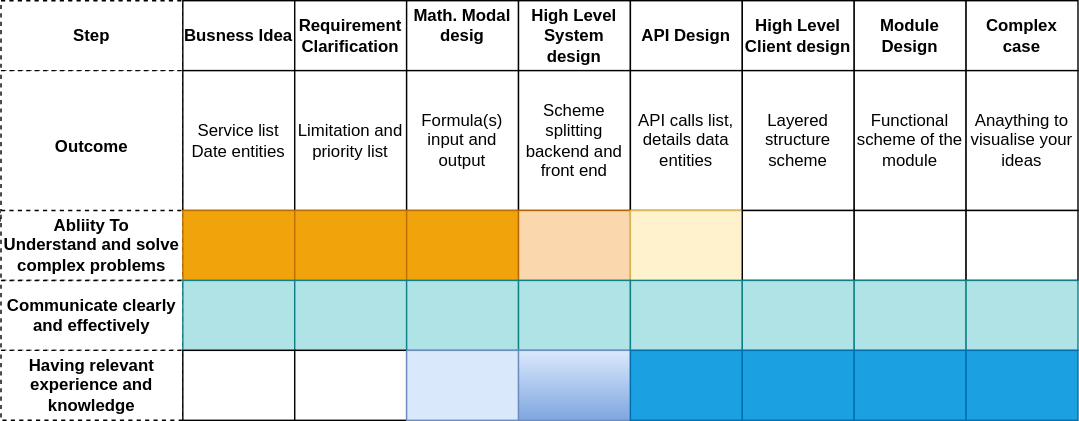
Before: systemDesign/graphs/DesignValueTable.drawio.svg, a diagram exported from draw.io (fangzhzh/leetcode). Source tidied: cells renumbered, new cells last; positions are measured from the earlier drawing's top-left corner, leaving out a move shared by most shapes. Source of this version:
```xml
<mxGraphModel>
  <root>
    <mxCell id="0" />
    <mxCell id="1" parent="0" />
    <mxCell id="2" value="Step" style="rounded=0;whiteSpace=wrap;html=1;dashed=1;fontStyle=1;fontSize=12;" parent="1" vertex="1">
      <mxGeometry width="130" height="50" as="geometry" />
    </mxCell>
    <mxCell id="3" value="Busness Idea" style="rounded=0;whiteSpace=wrap;html=1;fontStyle=1;" parent="1" vertex="1">
      <mxGeometry x="130" width="80" height="50" as="geometry" />
    </mxCell>
    <mxCell id="4" value="Requirement&amp;nbsp;&lt;br&gt;Clarification" style="rounded=0;whiteSpace=wrap;html=1;fontStyle=1;" parent="1" vertex="1">
      <mxGeometry x="210" width="80" height="50" as="geometry" />
    </mxCell>
    <mxCell id="5" value="Math. Modal&lt;br&gt;desig&lt;span style=&quot;white-space: pre&quot;&gt;&#9;&lt;/span&gt;" style="rounded=0;whiteSpace=wrap;html=1;fontStyle=1;" parent="1" vertex="1">
      <mxGeometry x="290" width="80" height="50" as="geometry" />
    </mxCell>
    <mxCell id="6" value="High Level&lt;br&gt;System design" style="rounded=0;whiteSpace=wrap;html=1;fontStyle=1;" parent="1" vertex="1">
      <mxGeometry x="370" width="80" height="50" as="geometry" />
    </mxCell>
    <mxCell id="7" value="API Design" style="rounded=0;whiteSpace=wrap;html=1;fontStyle=1;" parent="1" vertex="1">
      <mxGeometry x="450" width="80" height="50" as="geometry" />
    </mxCell>
    <mxCell id="8" value="High Level&lt;br&gt;Client design" style="rounded=0;whiteSpace=wrap;html=1;fontStyle=1;" parent="1" vertex="1">
      <mxGeometry x="530" width="80" height="50" as="geometry" />
    </mxCell>
    <mxCell id="9" value="Module Design" style="rounded=0;whiteSpace=wrap;html=1;fontStyle=1;" parent="1" vertex="1">
      <mxGeometry x="610" width="80" height="50" as="geometry" />
    </mxCell>
    <mxCell id="10" value="Complex case" style="rounded=0;whiteSpace=wrap;html=1;fontStyle=1;" parent="1" vertex="1">
      <mxGeometry x="690" width="80" height="50" as="geometry" />
    </mxCell>
    <mxCell id="11" value="Outcome" style="rounded=0;whiteSpace=wrap;html=1;dashed=1;fontStyle=1;fontSize=12;" parent="1" vertex="1">
      <mxGeometry y="50" width="130" height="110" as="geometry" />
    </mxCell>
    <mxCell id="12" value="Service list&lt;br&gt;Date entities" style="rounded=0;whiteSpace=wrap;html=1;" parent="1" vertex="1">
      <mxGeometry x="130" y="50" width="80" height="100" as="geometry" />
    </mxCell>
    <mxCell id="13" value="Limitation and priority list" style="rounded=0;whiteSpace=wrap;html=1;" parent="1" vertex="1">
      <mxGeometry x="210" y="50" width="80" height="100" as="geometry" />
    </mxCell>
    <mxCell id="14" value="Formula(s)&lt;br&gt;input and output" style="rounded=0;whiteSpace=wrap;html=1;" parent="1" vertex="1">
      <mxGeometry x="290" y="50" width="80" height="100" as="geometry" />
    </mxCell>
    <mxCell id="15" value="Scheme&lt;br&gt;splitting backend and front end" style="rounded=0;whiteSpace=wrap;html=1;" parent="1" vertex="1">
      <mxGeometry x="370" y="50" width="80" height="100" as="geometry" />
    </mxCell>
    <mxCell id="16" value="API calls list, details data entities" style="rounded=0;whiteSpace=wrap;html=1;" parent="1" vertex="1">
      <mxGeometry x="450" y="50" width="80" height="100" as="geometry" />
    </mxCell>
    <mxCell id="17" value="Layered structure scheme" style="rounded=0;whiteSpace=wrap;html=1;" parent="1" vertex="1">
      <mxGeometry x="530" y="50" width="80" height="100" as="geometry" />
    </mxCell>
    <mxCell id="18" value="Functional scheme of the module" style="rounded=0;whiteSpace=wrap;html=1;" parent="1" vertex="1">
      <mxGeometry x="610" y="50" width="80" height="100" as="geometry" />
    </mxCell>
    <mxCell id="19" value="Anaything to visualise your ideas" style="rounded=0;whiteSpace=wrap;html=1;" parent="1" vertex="1">
      <mxGeometry x="690" y="50" width="80" height="100" as="geometry" />
    </mxCell>
    <mxCell id="20" value="Abliity To&amp;nbsp;&lt;br style=&quot;font-size: 12px;&quot;&gt;Understand and solve complex problems" style="rounded=0;whiteSpace=wrap;html=1;dashed=1;fontStyle=1;fontSize=12;" parent="1" vertex="1">
      <mxGeometry y="150" width="130" height="50" as="geometry" />
    </mxCell>
    <mxCell id="21" style="rounded=0;whiteSpace=wrap;html=1;fillColor=#f0a30a;strokeColor=#BD7000;fontColor=#000000;" parent="1" vertex="1">
      <mxGeometry x="130" y="150" width="80" height="50" as="geometry" />
    </mxCell>
    <mxCell id="22" style="rounded=0;whiteSpace=wrap;html=1;fillColor=#f0a30a;strokeColor=#BD7000;fontColor=#000000;" parent="1" vertex="1">
      <mxGeometry x="210" y="150" width="80" height="50" as="geometry" />
    </mxCell>
    <mxCell id="23" style="rounded=0;whiteSpace=wrap;html=1;fillColor=#f0a30a;strokeColor=#BD7000;fontColor=#000000;" parent="1" vertex="1">
      <mxGeometry x="290" y="150" width="80" height="50" as="geometry" />
    </mxCell>
    <mxCell id="24" style="rounded=0;whiteSpace=wrap;html=1;fillColor=#fad7ac;strokeColor=#b46504;" parent="1" vertex="1">
      <mxGeometry x="370" y="150" width="80" height="50" as="geometry" />
    </mxCell>
    <mxCell id="25" style="rounded=0;whiteSpace=wrap;html=1;fillColor=#fff2cc;strokeColor=#d6b656;" parent="1" vertex="1">
      <mxGeometry x="450" y="150" width="80" height="50" as="geometry" />
    </mxCell>
    <mxCell id="26" style="rounded=0;whiteSpace=wrap;html=1;" parent="1" vertex="1">
      <mxGeometry x="530" y="150" width="80" height="50" as="geometry" />
    </mxCell>
    <mxCell id="27" style="rounded=0;whiteSpace=wrap;html=1;" parent="1" vertex="1">
      <mxGeometry x="610" y="150" width="80" height="50" as="geometry" />
    </mxCell>
    <mxCell id="28" style="rounded=0;whiteSpace=wrap;html=1;" parent="1" vertex="1">
      <mxGeometry x="690" y="150" width="80" height="50" as="geometry" />
    </mxCell>
    <mxCell id="29" value="Communicate clearly and effectively" style="rounded=0;whiteSpace=wrap;html=1;dashed=1;fontStyle=1;fontSize=12;" parent="1" vertex="1">
      <mxGeometry y="200" width="130" height="50" as="geometry" />
    </mxCell>
    <mxCell id="30" style="rounded=0;whiteSpace=wrap;html=1;fillColor=#b0e3e6;strokeColor=#0e8088;" parent="1" vertex="1">
      <mxGeometry x="130" y="200" width="80" height="50" as="geometry" />
    </mxCell>
    <mxCell id="31" style="rounded=0;whiteSpace=wrap;html=1;fillColor=#b0e3e6;strokeColor=#0e8088;" parent="1" vertex="1">
      <mxGeometry x="210" y="200" width="80" height="50" as="geometry" />
    </mxCell>
    <mxCell id="32" style="rounded=0;whiteSpace=wrap;html=1;fillColor=#b0e3e6;strokeColor=#0e8088;" parent="1" vertex="1">
      <mxGeometry x="290" y="200" width="80" height="50" as="geometry" />
    </mxCell>
    <mxCell id="33" style="rounded=0;whiteSpace=wrap;html=1;fillColor=#b0e3e6;strokeColor=#0e8088;" parent="1" vertex="1">
      <mxGeometry x="370" y="200" width="80" height="50" as="geometry" />
    </mxCell>
    <mxCell id="34" style="rounded=0;whiteSpace=wrap;html=1;fillColor=#b0e3e6;strokeColor=#0e8088;" parent="1" vertex="1">
      <mxGeometry x="450" y="200" width="80" height="50" as="geometry" />
    </mxCell>
    <mxCell id="35" style="rounded=0;whiteSpace=wrap;html=1;fillColor=#b0e3e6;strokeColor=#0e8088;" parent="1" vertex="1">
      <mxGeometry x="530" y="200" width="80" height="50" as="geometry" />
    </mxCell>
    <mxCell id="36" style="rounded=0;whiteSpace=wrap;html=1;fillColor=#b0e3e6;strokeColor=#0e8088;" parent="1" vertex="1">
      <mxGeometry x="610" y="200" width="80" height="50" as="geometry" />
    </mxCell>
    <mxCell id="37" style="rounded=0;whiteSpace=wrap;html=1;fillColor=#b0e3e6;strokeColor=#0e8088;" parent="1" vertex="1">
      <mxGeometry x="690" y="200" width="80" height="50" as="geometry" />
    </mxCell>
    <mxCell id="38" value="Having relevant experience and knowledge" style="rounded=0;whiteSpace=wrap;html=1;dashed=1;fontStyle=1;fontSize=12;" parent="1" vertex="1">
      <mxGeometry y="250" width="130" height="50" as="geometry" />
    </mxCell>
    <mxCell id="39" style="rounded=0;whiteSpace=wrap;html=1;" parent="1" vertex="1">
      <mxGeometry x="130" y="250" width="80" height="50" as="geometry" />
    </mxCell>
    <mxCell id="40" style="rounded=0;whiteSpace=wrap;html=1;" parent="1" vertex="1">
      <mxGeometry x="210" y="250" width="80" height="50" as="geometry" />
    </mxCell>
    <mxCell id="41" style="rounded=0;whiteSpace=wrap;html=1;fillColor=#dae8fc;strokeColor=#6c8ebf;" parent="1" vertex="1">
      <mxGeometry x="290" y="250" width="80" height="50" as="geometry" />
    </mxCell>
    <mxCell id="42" style="rounded=0;whiteSpace=wrap;html=1;fillColor=#dae8fc;strokeColor=#6c8ebf;gradientColor=#7ea6e0;" parent="1" vertex="1">
      <mxGeometry x="370" y="250" width="80" height="50" as="geometry" />
    </mxCell>
    <mxCell id="43" style="rounded=0;whiteSpace=wrap;html=1;fillColor=#1ba1e2;strokeColor=#006EAF;fontColor=#ffffff;" parent="1" vertex="1">
      <mxGeometry x="450" y="250" width="80" height="50" as="geometry" />
    </mxCell>
    <mxCell id="44" style="rounded=0;whiteSpace=wrap;html=1;fillColor=#1ba1e2;strokeColor=#006EAF;fontColor=#ffffff;" parent="1" vertex="1">
      <mxGeometry x="530" y="250" width="80" height="50" as="geometry" />
    </mxCell>
    <mxCell id="45" style="rounded=0;whiteSpace=wrap;html=1;fillColor=#1ba1e2;strokeColor=#006EAF;fontColor=#ffffff;" parent="1" vertex="1">
      <mxGeometry x="610" y="250" width="80" height="50" as="geometry" />
    </mxCell>
    <mxCell id="46" style="rounded=0;whiteSpace=wrap;html=1;fillColor=#1ba1e2;strokeColor=#006EAF;fontColor=#ffffff;" parent="1" vertex="1">
      <mxGeometry x="690" y="250" width="80" height="50" as="geometry" />
    </mxCell>
  </root>
</mxGraphModel>
```
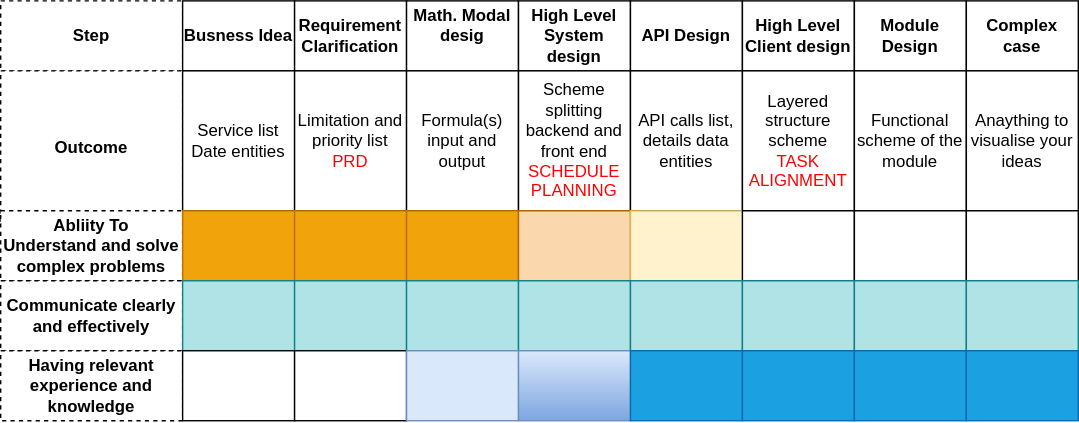
After the change.

Commit message:
client system design overview and one detail view

The edit, as a diff of the source:
```diff
@@ -35,19 +35,19 @@
     <mxCell id="12" value="Service list&lt;br&gt;Date entities" style="rounded=0;whiteSpace=wrap;html=1;" parent="1" vertex="1">
       <mxGeometry x="130" y="50" width="80" height="100" as="geometry" />
     </mxCell>
-    <mxCell id="13" value="Limitation and priority list" style="rounded=0;whiteSpace=wrap;html=1;" parent="1" vertex="1">
+    <mxCell id="13" value="Limitation and priority list&lt;br&gt;&lt;font color=&quot;#ff0000&quot;&gt;PRD&lt;/font&gt;" style="rounded=0;whiteSpace=wrap;html=1;" parent="1" vertex="1">
       <mxGeometry x="210" y="50" width="80" height="100" as="geometry" />
     </mxCell>
     <mxCell id="14" value="Formula(s)&lt;br&gt;input and output" style="rounded=0;whiteSpace=wrap;html=1;" parent="1" vertex="1">
       <mxGeometry x="290" y="50" width="80" height="100" as="geometry" />
     </mxCell>
-    <mxCell id="15" value="Scheme&lt;br&gt;splitting backend and front end" style="rounded=0;whiteSpace=wrap;html=1;" parent="1" vertex="1">
+    <mxCell id="15" value="Scheme&lt;br&gt;splitting backend and front end&lt;br&gt;&lt;font color=&quot;#ff0000&quot;&gt;SCHEDULE&lt;br&gt;PLANNING&lt;/font&gt;" style="rounded=0;whiteSpace=wrap;html=1;" parent="1" vertex="1">
       <mxGeometry x="370" y="50" width="80" height="100" as="geometry" />
     </mxCell>
     <mxCell id="16" value="API calls list, details data entities" style="rounded=0;whiteSpace=wrap;html=1;" parent="1" vertex="1">
       <mxGeometry x="450" y="50" width="80" height="100" as="geometry" />
     </mxCell>
-    <mxCell id="17" value="Layered structure scheme" style="rounded=0;whiteSpace=wrap;html=1;" parent="1" vertex="1">
+    <mxCell id="17" value="Layered structure scheme&lt;br&gt;&lt;font color=&quot;#ff0000&quot;&gt;TASK ALIGNMENT&lt;/font&gt;" style="rounded=0;whiteSpace=wrap;html=1;" parent="1" vertex="1">
       <mxGeometry x="530" y="50" width="80" height="100" as="geometry" />
     </mxCell>
     <mxCell id="18" value="Functional scheme of the module" style="rounded=0;whiteSpace=wrap;html=1;" parent="1" vertex="1">
```
